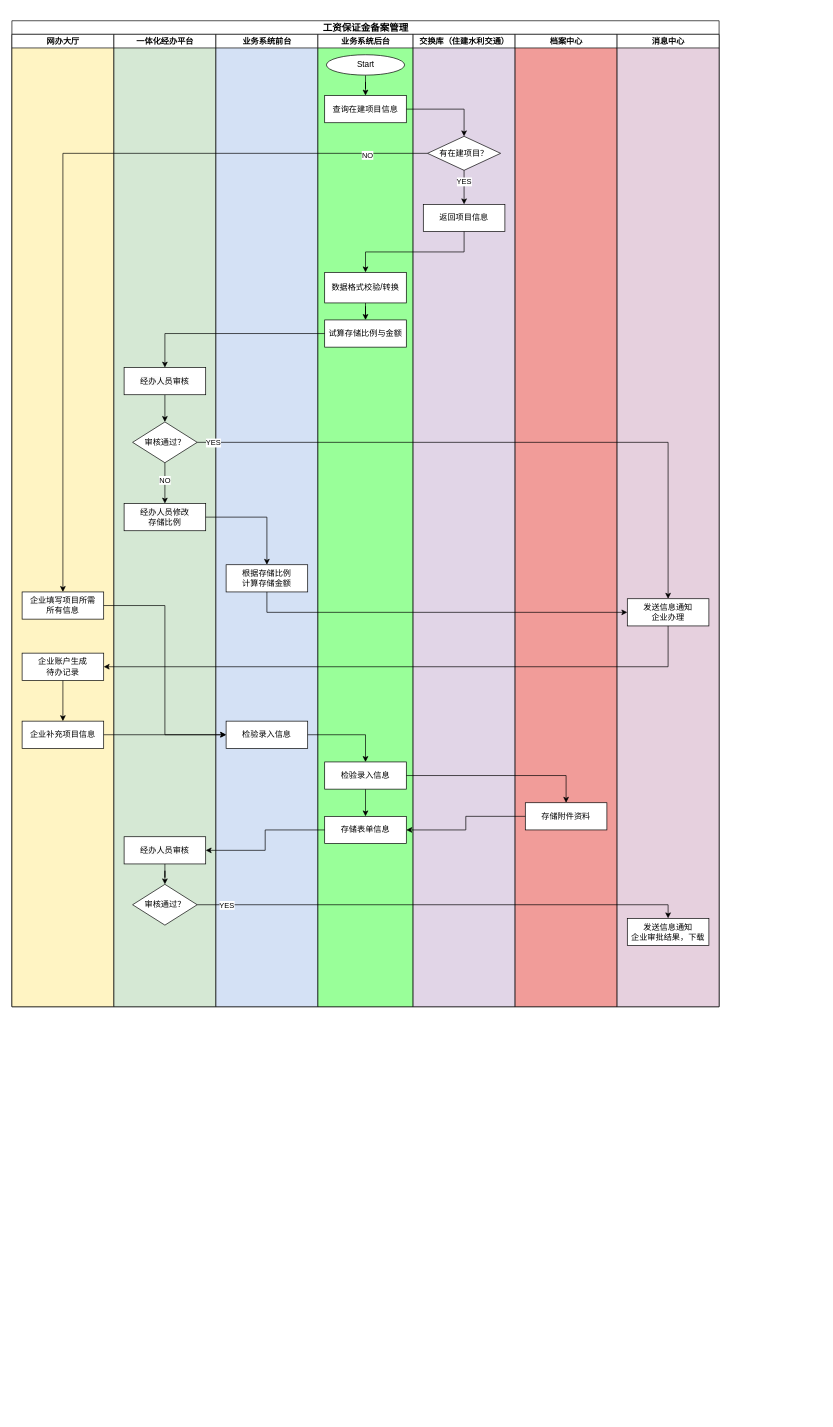
The draw.io diagram 农民工工资保证金.drawio in coderjbin/drawio, before the edit. Source tidied: cells renumbered, new cells numbered last; positions are measured from the earlier drawing's top-left corner, leaving out a move shared by most shapes. Both pictures are drawn from the tidied source at 68%, with x=0, y=0 at pixel (12, 20).
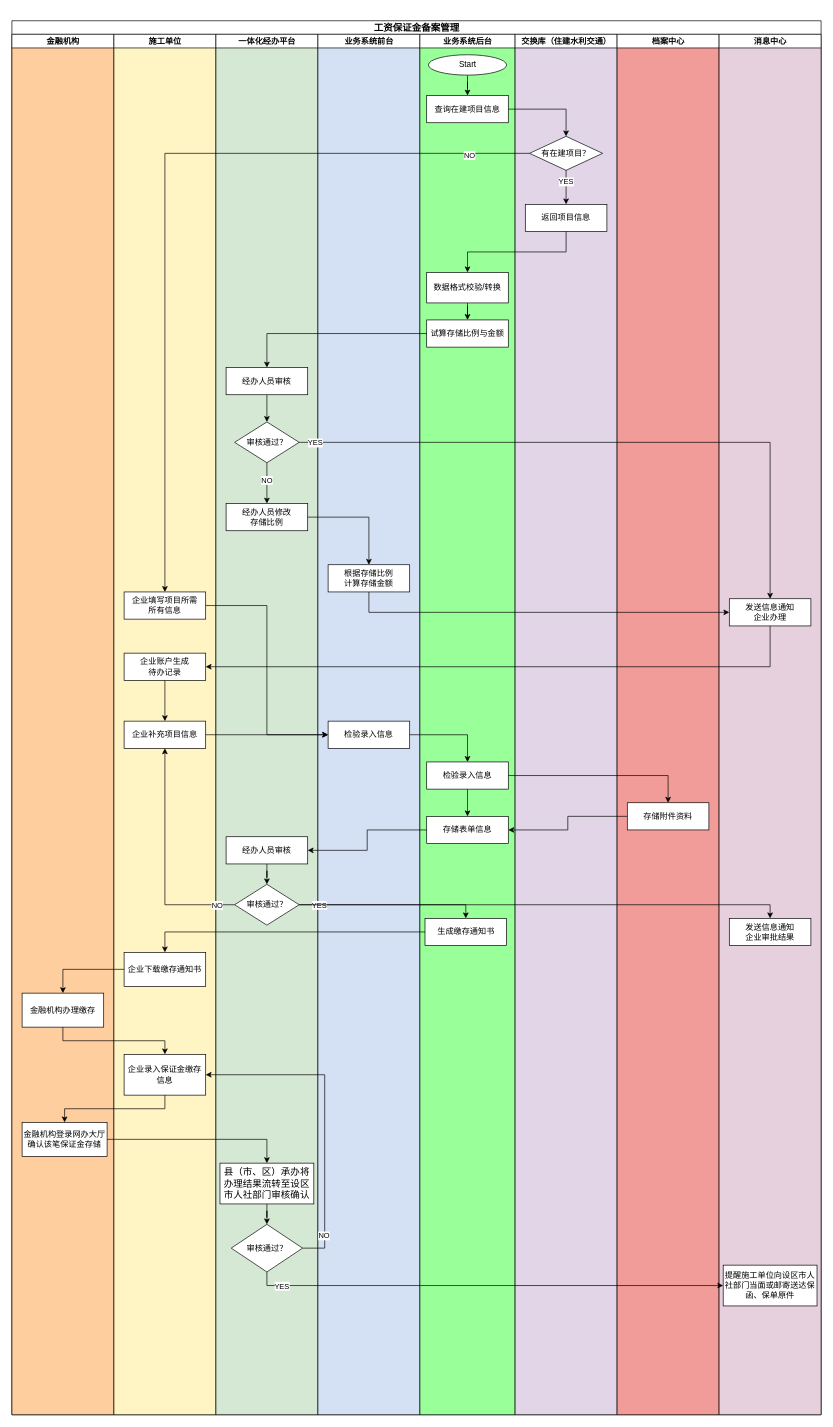
After the change.

Commit message:
更新农民工工资保证金.drawio

The change refers to these unchanged cells:
```xml
<mxCell id="9" value="企业补充项目信息" style="whiteSpace=wrap;html=1;rounded=0;" parent="3" vertex="1">
  <mxGeometry x="15" y="1010" width="120" height="40" as="geometry" />
</mxCell>
<mxCell id="20" value="审核通过？" style="rhombus;whiteSpace=wrap;html=1;" parent="11" vertex="1">
  <mxGeometry x="27.5" y="1250" width="95" height="60" as="geometry" />
</mxCell>
<mxCell id="60" style="edgeStyle=orthogonalEdgeStyle;rounded=0;jettySize=auto;html=1;entryX=0.5;entryY=0;entryDx=0;entryDy=0;" parent="2" edge="1" source="20" target="43">
  <mxGeometry relative="1" as="geometry" />
</mxCell>
```

The edit, as a diff of the source:
```diff
@@
     <mxCell id="2" value="&lt;h3&gt;&lt;p class=&quot;MsoNormal&quot;&gt;&lt;span style=&quot;mso-spacerun:'yes';font-family:宋体;mso-ascii-font-family:Calibri;&lt;br/&gt;mso-hansi-font-family:Calibri;mso-bidi-font-family:'Times New Roman';font-size:10.5000pt;&lt;br/&gt;mso-font-kerning:1.0000pt;&quot;&gt;工资保证金备案管理&lt;/span&gt;&lt;/p&gt;&lt;/h3&gt;" style="swimlane;startSize=20;html=1;swimlaneFillColor=default;" parent="1" vertex="1">
-      <mxGeometry width="1040" height="1450" as="geometry" />
+      <mxGeometry width="1190" height="2050" as="geometry" />
     </mxCell>
+    <mxCell id="62" value="金融机构" style="swimlane;startSize=20;html=1;swimlaneFillColor=#FFCE9F;" parent="2" vertex="1">
+      <mxGeometry y="20" width="150" height="2030" as="geometry" />
+    </mxCell>
+    <mxCell id="63" style="edgeStyle=orthogonalEdgeStyle;rounded=0;orthogonalLoop=1;jettySize=auto;html=1;entryX=0.5;entryY=0;entryDx=0;entryDy=0;" parent="62" edge="1">
+      <mxGeometry relative="1" as="geometry">
+        <mxPoint x="75" y="70" as="sourcePoint" />
+      </mxGeometry>
+    </mxCell>
+    <mxCell id="64" style="edgeStyle=orthogonalEdgeStyle;rounded=0;orthogonalLoop=1;jettySize=auto;html=1;entryX=0.5;entryY=0;entryDx=0;entryDy=0;" parent="62" edge="1">
+      <mxGeometry relative="1" as="geometry">
+        <mxPoint x="75.1" y="169.9" as="sourcePoint" />
+      </mxGeometry>
+    </mxCell>
+    <mxCell id="65" value="NO" style="edgeLabel;html=1;align=center;verticalAlign=middle;" parent="64" vertex="1">
+      <mxGeometry x="-0.2" y="-1" relative="1" as="geometry" />
+    </mxCell>
+    <mxCell id="66" style="edgeStyle=orthogonalEdgeStyle;rounded=0;orthogonalLoop=1;jettySize=auto;html=1;" parent="62" edge="1">
+      <mxGeometry relative="1" as="geometry">
+        <mxPoint x="75" y="1010" as="targetPoint" />
+      </mxGeometry>
+    </mxCell>
+    <mxCell id="67" value="金融机构办理缴存" style="whiteSpace=wrap;html=1;rounded=0;" parent="62" vertex="1">
+      <mxGeometry x="15" y="1410" width="120" height="50" as="geometry" />
+    </mxCell>
+    <mxCell id="68" value="金融机构登录网办大厅确认该笔保证金存储" style="whiteSpace=wrap;html=1;rounded=0;" parent="62" vertex="1">
+      <mxGeometry x="15" y="1600" width="125" height="50" as="geometry" />
+    </mxCell>
-    <mxCell id="3" value="网办大厅" style="swimlane;startSize=20;html=1;swimlaneFillColor=#FFF4C3;" parent="2" vertex="1">
-      <mxGeometry y="20" width="150" height="1430" as="geometry" />
+    <mxCell id="3" value="施工单位" style="swimlane;startSize=20;html=1;swimlaneFillColor=#FFF4C3;" parent="2" vertex="1">
+      <mxGeometry x="150" y="20" width="150" height="2030" as="geometry" />
     </mxCell>
@@
+    <mxCell id="69" value="企业下载缴存通知书" style="whiteSpace=wrap;html=1;rounded=0;" parent="3" vertex="1">
+      <mxGeometry x="15" y="1350" width="120" height="50" as="geometry" />
+    </mxCell>
+    <mxCell id="70" value="企业录入保证金缴存信息" style="whiteSpace=wrap;html=1;rounded=0;" parent="3" vertex="1">
+      <mxGeometry x="15" y="1500" width="120" height="60" as="geometry" />
+    </mxCell>
     <mxCell id="11" value="一体化经办平台" style="swimlane;startSize=20;html=1;swimlaneFillColor=#D5E8D4;" parent="2" vertex="1">
-      <mxGeometry x="150" y="20" width="150" height="1430" as="geometry" />
+      <mxGeometry x="300" y="20" width="150" height="2030" as="geometry" />
     </mxCell>
@@
+    <mxCell id="71" style="edgeStyle=orthogonalEdgeStyle;rounded=0;jettySize=auto;html=1;" parent="11" edge="1" source="72" target="73">
+      <mxGeometry relative="1" as="geometry" />
+    </mxCell>
+    <mxCell id="72" value="&lt;p class=&quot;MsoNormal&quot;&gt;&lt;span style=&quot;mso-spacerun:'yes';font-family:宋体;mso-ascii-font-family:Calibri;&lt;br/&gt;mso-hansi-font-family:Calibri;mso-bidi-font-family:'Times New Roman';font-size:10.5000pt;&lt;br/&gt;mso-font-kerning:1.0000pt;&quot;&gt;县（市、区）承办将办理结果流转至设区市人社部门审核确认&lt;/span&gt;&lt;/p&gt;" style="whiteSpace=wrap;html=1;rounded=0;" parent="11" vertex="1">
+      <mxGeometry x="6" y="1660" width="138" height="60" as="geometry" />
+    </mxCell>
+    <mxCell id="73" value="审核通过？" style="rhombus;whiteSpace=wrap;html=1;rounded=0;" parent="11" vertex="1">
+      <mxGeometry x="22.5" y="1750" width="105" height="70" as="geometry" />
+    </mxCell>
     <mxCell id="21" value="业务系统前台" style="swimlane;startSize=20;html=1;swimlaneFillColor=#D4E1F5;" parent="2" vertex="1">
-      <mxGeometry x="300" y="20" width="150" height="1430" as="geometry" />
+      <mxGeometry x="450" y="20" width="150" height="2030" as="geometry" />
     </mxCell>
@@
     <mxCell id="24" value="业务系统后台" style="swimlane;startSize=20;html=1;swimlaneFillColor=#99FF99;" parent="2" vertex="1">
-      <mxGeometry x="450" y="20" width="140" height="1430" as="geometry" />
+      <mxGeometry x="600" y="20" width="140" height="2030" as="geometry" />
     </mxCell>
@@
+    <mxCell id="74" value="生成缴存通知书" style="whiteSpace=wrap;html=1;rounded=0;" parent="24" vertex="1">
+      <mxGeometry x="7.5" y="1300" width="120" height="40" as="geometry" />
+    </mxCell>
     <mxCell id="34" value="交换库（住建水利交通）" style="swimlane;startSize=20;html=1;swimlaneFillColor=#E1D5E7;" parent="2" vertex="1">
-      <mxGeometry x="590" y="20" width="150" height="1430" as="geometry" />
+      <mxGeometry x="740" y="20" width="150" height="2030" as="geometry" />
     </mxCell>
@@
     <mxCell id="39" value="档案中心" style="swimlane;startSize=20;html=1;swimlaneFillColor=#F19C99;" parent="2" vertex="1">
-      <mxGeometry x="740" y="20" width="150" height="1430" as="geometry" />
+      <mxGeometry x="890" y="20" width="150" height="2030" as="geometry" />
     </mxCell>
@@
     <mxCell id="41" value="消息中心" style="swimlane;startSize=20;html=1;swimlaneFillColor=#E6D0DE;" parent="2" vertex="1">
-      <mxGeometry x="890" y="20" width="150" height="1430" as="geometry" />
+      <mxGeometry x="1040" y="20" width="150" height="2030" as="geometry" />
     </mxCell>
@@
-    <mxCell id="43" value="发送信息通知&lt;div&gt;企业审批结果，下载&lt;/div&gt;" style="whiteSpace=wrap;html=1;rounded=0;" parent="41" vertex="1">
+    <mxCell id="43" value="发送信息通知&lt;div&gt;企业审批结果&lt;/div&gt;" style="whiteSpace=wrap;html=1;rounded=0;" parent="41" vertex="1">
       <mxGeometry x="15" y="1300" width="120" height="40" as="geometry" />
     </mxCell>
+    <mxCell id="75" value="&lt;p class=&quot;MsoNormal&quot;&gt;&lt;span style=&quot;text-indent: -126.467px;&quot;&gt;提醒施工单位向设区市人社部门当面或邮寄送达保函、保单原件&lt;/span&gt;&lt;br&gt;&lt;/p&gt;" style="whiteSpace=wrap;html=1;rounded=0;" parent="41" vertex="1">
+      <mxGeometry x="6" y="1810" width="138" height="60" as="geometry" />
+    </mxCell>
@@
     <mxCell id="61" value="YES" style="edgeLabel;html=1;align=center;verticalAlign=middle;" parent="60" vertex="1">
-      <mxGeometry x="-0.88" relative="1" as="geometry" />
+      <mxGeometry x="-0.88" relative="1" as="geometry">
+        <mxPoint x="-14" as="offset" />
+      </mxGeometry>
     </mxCell>
+    <mxCell id="76" style="edgeStyle=orthogonalEdgeStyle;rounded=0;jettySize=auto;html=1;entryX=0.5;entryY=1;entryDx=0;entryDy=0;" parent="2" edge="1" source="20" target="9">
+      <mxGeometry relative="1" as="geometry" />
+    </mxCell>
+    <mxCell id="77" value="NO" style="edgeLabel;html=1;align=center;verticalAlign=middle;" parent="76" vertex="1">
+      <mxGeometry x="-0.86" y="1" relative="1" as="geometry">
+        <mxPoint x="-3" y="-1" as="offset" />
+      </mxGeometry>
+    </mxCell>
+    <mxCell id="78" style="edgeStyle=orthogonalEdgeStyle;rounded=0;jettySize=auto;html=1;entryX=0.5;entryY=0;entryDx=0;entryDy=0;" parent="2" edge="1" source="20" target="74">
+      <mxGeometry relative="1" as="geometry" />
+    </mxCell>
+    <mxCell id="79" style="edgeStyle=orthogonalEdgeStyle;rounded=0;jettySize=auto;html=1;" parent="2" edge="1" source="74" target="69">
+      <mxGeometry relative="1" as="geometry" />
+    </mxCell>
+    <mxCell id="80" style="edgeStyle=orthogonalEdgeStyle;rounded=0;jettySize=auto;html=1;" parent="2" edge="1" source="69" target="67">
+      <mxGeometry relative="1" as="geometry" />
+    </mxCell>
+    <mxCell id="81" style="edgeStyle=orthogonalEdgeStyle;rounded=0;jettySize=auto;html=1;exitX=0.5;exitY=1;exitDx=0;exitDy=0;entryX=0.5;entryY=0;entryDx=0;entryDy=0;" parent="2" edge="1" source="67" target="70">
+      <mxGeometry relative="1" as="geometry" />
+    </mxCell>
+    <mxCell id="82" style="edgeStyle=orthogonalEdgeStyle;rounded=0;jettySize=auto;html=1;exitX=0.5;exitY=1;exitDx=0;exitDy=0;" parent="2" edge="1" source="70" target="68">
+      <mxGeometry relative="1" as="geometry" />
+    </mxCell>
+    <mxCell id="83" style="edgeStyle=orthogonalEdgeStyle;rounded=0;jettySize=auto;html=1;" parent="2" edge="1" source="68" target="72">
+      <mxGeometry relative="1" as="geometry" />
+    </mxCell>
+    <mxCell id="84" style="edgeStyle=orthogonalEdgeStyle;rounded=0;jettySize=auto;html=1;entryX=0;entryY=0.5;entryDx=0;entryDy=0;exitX=0.5;exitY=1;exitDx=0;exitDy=0;" parent="2" edge="1" source="73" target="75">
+      <mxGeometry relative="1" as="geometry" />
+    </mxCell>
+    <mxCell id="85" value="YES" style="edgeLabel;html=1;align=center;verticalAlign=middle;" parent="84" vertex="1">
+      <mxGeometry x="-0.88" relative="1" as="geometry" />
+    </mxCell>
+    <mxCell id="86" style="edgeStyle=orthogonalEdgeStyle;rounded=0;jettySize=auto;html=1;entryX=1;entryY=0.5;entryDx=0;entryDy=0;exitX=1;exitY=0.5;exitDx=0;exitDy=0;" parent="2" edge="1" source="73" target="70">
+      <mxGeometry relative="1" as="geometry">
+        <Array as="points">
+          <mxPoint x="460" y="1805" />
+          <mxPoint x="460" y="1550" />
+        </Array>
+      </mxGeometry>
+    </mxCell>
+    <mxCell id="87" value="NO" style="edgeLabel;html=1;align=center;verticalAlign=middle;" parent="86" vertex="1">
+      <mxGeometry x="-0.78" y="2" relative="1" as="geometry" />
+    </mxCell>
```
